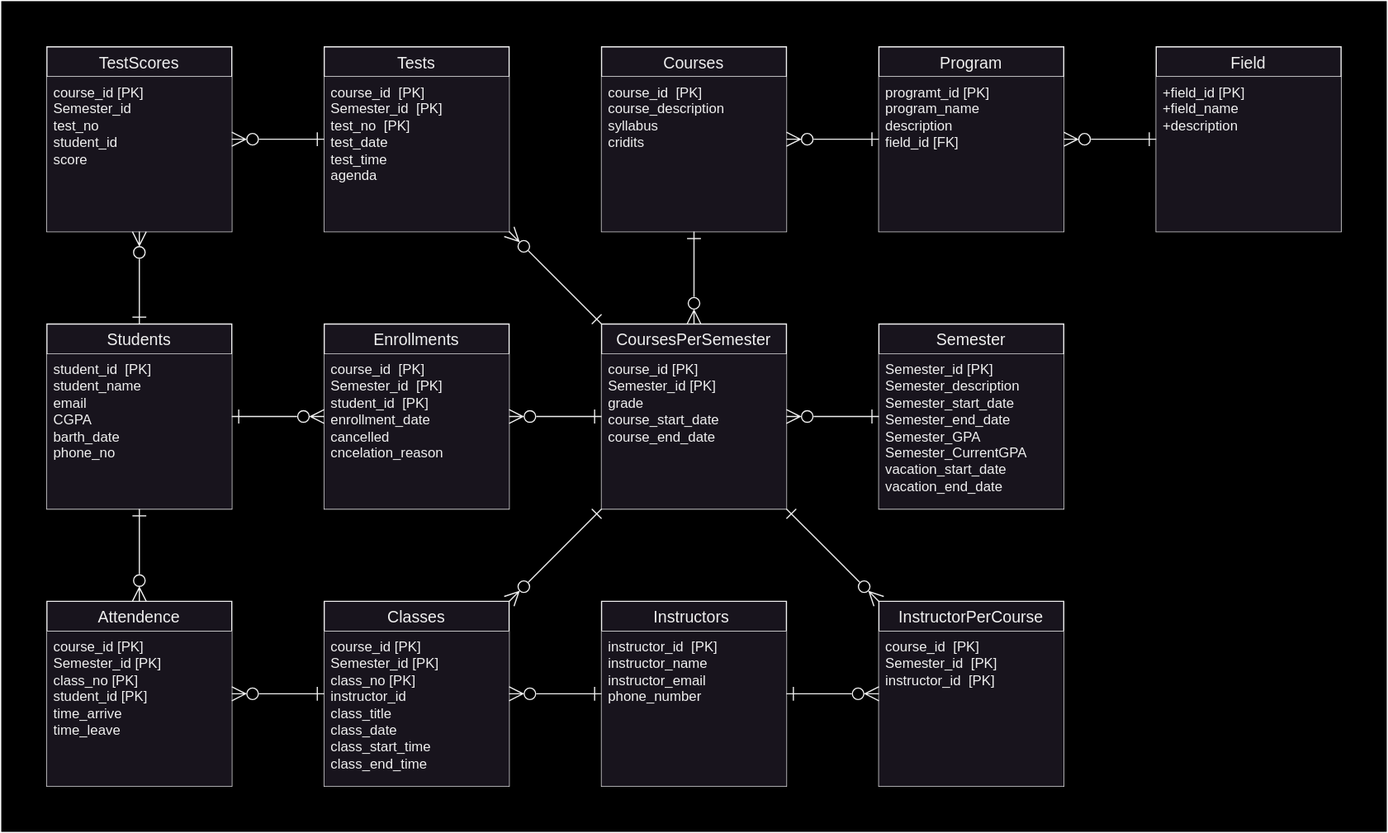
This is DatabaseDesign/EntityRelationshipDiagram.svg from m-essam-s/LMS, a draw.io export, as it was before one commit. Source tidied: cells renumbered, new cells last; positions are measured from the earlier drawing's top-left corner, leaving out a move shared by most shapes.
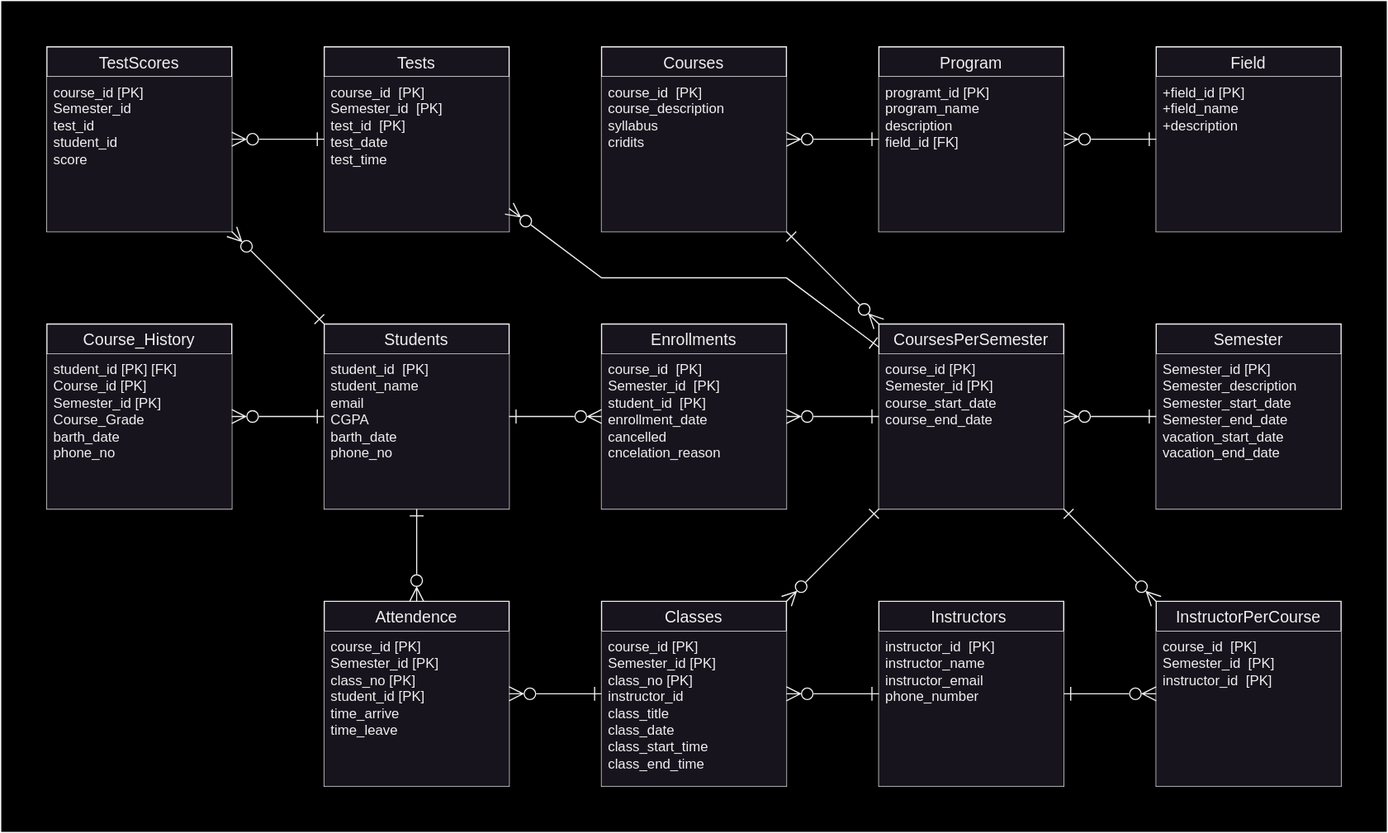
After the change.

Commit message:
Updating Entity Relationship Diagram

What changed in the source:
```diff
@@ -3,7 +3,7 @@
     <mxCell id="0" />
     <mxCell id="1" parent="0" />
     <mxCell id="2" style="rounded=0;whiteSpace=wrap;html=1;strokeColor=#ffffff;fillColor=#000000;" parent="1" vertex="1">
-      <mxGeometry width="1200" height="720" as="geometry" />
+      <mxGeometry x="-240" width="1200" height="720" as="geometry" />
     </mxCell>
     <mxCell id="3" value="Instructors " style="swimlane;fontStyle=0;horizontal=1;startSize=26;align=center;fontSize=14;labelBackgroundColor=none;" parent="1" vertex="1">
       <mxGeometry x="520" y="520" width="160" height="160" as="geometry" />
@@ -32,13 +32,13 @@
     <mxCell id="11" value="Semester" style="swimlane;fontStyle=0;horizontal=1;startSize=26;align=center;fontSize=14;labelBackgroundColor=none;" parent="1" vertex="1">
       <mxGeometry x="760" y="280" width="160" height="160" as="geometry" />
     </mxCell>
-    <mxCell id="12" value="Semester_id&amp;nbsp;[PK]&lt;br&gt;Semester_description&lt;br&gt;Semester_start_date&lt;br&gt;Semester_end_date&lt;br&gt;Semester_GPA&lt;br&gt;Semester_CurrentGPA&lt;br&gt;vacation_start_date&lt;br&gt;vacation_end_date" style="text;strokeColor=none;fillColor=default;spacingLeft=4;spacingRight=4;overflow=hidden;fontSize=12;whiteSpace=wrap;html=1;labelBackgroundColor=none;" parent="11" vertex="1">
+    <mxCell id="12" value="Semester_id&amp;nbsp;[PK]&lt;br&gt;Semester_description&lt;br&gt;Semester_start_date&lt;br&gt;Semester_end_date&lt;br&gt;vacation_start_date&lt;br&gt;vacation_end_date" style="text;strokeColor=none;fillColor=default;spacingLeft=4;spacingRight=4;overflow=hidden;fontSize=12;whiteSpace=wrap;html=1;labelBackgroundColor=none;" parent="11" vertex="1">
       <mxGeometry y="26" width="160" height="134" as="geometry" />
     </mxCell>
     <mxCell id="13" value="CoursesPerSemester" style="swimlane;fontStyle=0;horizontal=1;startSize=26;align=center;fontSize=14;labelBackgroundColor=none;" parent="1" vertex="1">
       <mxGeometry x="520" y="280" width="160" height="160" as="geometry" />
     </mxCell>
-    <mxCell id="14" value="course_id&amp;nbsp;[PK]&lt;br&gt;Semester_id&amp;nbsp;[PK]&lt;br&gt;grade&lt;br&gt;course_start_date&lt;br&gt;course_end_date" style="text;strokeColor=none;fillColor=default;spacingLeft=4;spacingRight=4;overflow=hidden;fontSize=12;whiteSpace=wrap;html=1;labelBackgroundColor=none;" parent="13" vertex="1">
+    <mxCell id="14" value="course_id&amp;nbsp;[PK]&lt;br&gt;Semester_id&amp;nbsp;[PK]&lt;br&gt;course_start_date&lt;br&gt;course_end_date" style="text;strokeColor=none;fillColor=default;spacingLeft=4;spacingRight=4;overflow=hidden;fontSize=12;whiteSpace=wrap;html=1;labelBackgroundColor=none;" parent="13" vertex="1">
       <mxGeometry y="26" width="160" height="134" as="geometry" />
     </mxCell>
     <mxCell id="15" value="Students" style="swimlane;fontStyle=0;horizontal=1;startSize=26;align=center;fontSize=14;labelBackgroundColor=none;" parent="1" vertex="1">
@@ -54,31 +54,31 @@
       <mxGeometry y="26" width="160" height="134" as="geometry" />
     </mxCell>
     <mxCell id="19" value="Program" style="swimlane;fontStyle=0;horizontal=1;startSize=26;align=center;fontSize=14;labelBackgroundColor=none;" parent="1" vertex="1">
-      <mxGeometry x="760" y="40" width="160" height="160" as="geometry" />
+      <mxGeometry x="520" y="40" width="160" height="160" as="geometry" />
     </mxCell>
     <mxCell id="20" value="programt_id [PK]&lt;br style=&quot;&quot;&gt;&lt;span style=&quot;&quot;&gt;program_name&lt;/span&gt;&lt;br style=&quot;&quot;&gt;&lt;span style=&quot;&quot;&gt;description&lt;/span&gt;&lt;br style=&quot;&quot;&gt;&lt;span style=&quot;&quot;&gt;field_id [FK]&lt;/span&gt;" style="text;strokeColor=none;fillColor=default;spacingLeft=4;spacingRight=4;overflow=hidden;fontSize=12;whiteSpace=wrap;html=1;labelBackgroundColor=none;" parent="19" vertex="1">
       <mxGeometry y="26" width="160" height="134" as="geometry" />
     </mxCell>
     <mxCell id="21" value="Courses" style="swimlane;fontStyle=0;horizontal=1;startSize=26;align=center;fontSize=14;labelBackgroundColor=none;" parent="1" vertex="1">
-      <mxGeometry x="520" y="40" width="160" height="160" as="geometry" />
+      <mxGeometry x="280" y="40" width="160" height="160" as="geometry" />
     </mxCell>
     <mxCell id="22" value="course_id&amp;nbsp;&amp;nbsp;[PK]&lt;br&gt;course_description&lt;br&gt;syllabus&lt;br&gt;cridits" style="text;strokeColor=none;fillColor=default;spacingLeft=4;spacingRight=4;overflow=hidden;fontSize=12;whiteSpace=wrap;html=1;labelBackgroundColor=none;" parent="21" vertex="1">
       <mxGeometry y="26" width="160" height="134" as="geometry" />
     </mxCell>
     <mxCell id="23" value="Tests" style="swimlane;fontStyle=0;horizontal=1;startSize=26;align=center;fontSize=14;labelBackgroundColor=none;" parent="1" vertex="1">
-      <mxGeometry x="280" y="40" width="160" height="160" as="geometry" />
+      <mxGeometry x="40" y="40" width="160" height="160" as="geometry" />
     </mxCell>
-    <mxCell id="24" value="course_id&amp;nbsp;&amp;nbsp;[PK]&lt;br&gt;Semester_id&amp;nbsp;&amp;nbsp;[PK]&lt;br&gt;test_no&amp;nbsp;&amp;nbsp;[PK]&lt;br&gt;test_date&lt;br&gt;test_time&lt;br&gt;agenda&amp;nbsp;" style="text;strokeColor=none;fillColor=default;spacingLeft=4;spacingRight=4;overflow=hidden;fontSize=12;whiteSpace=wrap;html=1;labelBackgroundColor=none;" parent="23" vertex="1">
+    <mxCell id="24" value="course_id&amp;nbsp;&amp;nbsp;[PK]&lt;br&gt;Semester_id&amp;nbsp;&amp;nbsp;[PK]&lt;br&gt;test_id&amp;nbsp; [PK]&lt;br&gt;test_date&lt;br&gt;test_time" style="text;strokeColor=none;fillColor=default;spacingLeft=4;spacingRight=4;overflow=hidden;fontSize=12;whiteSpace=wrap;html=1;labelBackgroundColor=none;" parent="23" vertex="1">
       <mxGeometry y="26" width="160" height="134" as="geometry" />
     </mxCell>
     <mxCell id="25" value="TestScores" style="swimlane;fontStyle=0;horizontal=1;startSize=26;align=center;fontSize=14;labelBackgroundColor=none;" parent="1" vertex="1">
-      <mxGeometry x="40" y="40" width="160" height="160" as="geometry" />
+      <mxGeometry x="-200" y="40" width="160" height="160" as="geometry" />
     </mxCell>
-    <mxCell id="26" value="course_id [PK]&lt;br&gt;Semester_id&lt;br&gt;test_no&lt;br&gt;student_id&lt;br&gt;score" style="text;strokeColor=none;fillColor=default;spacingLeft=4;spacingRight=4;overflow=hidden;fontSize=12;whiteSpace=wrap;html=1;labelBackgroundColor=none;" parent="25" vertex="1">
+    <mxCell id="26" value="course_id [PK]&lt;br&gt;Semester_id&lt;br&gt;test_id&lt;br&gt;student_id&lt;br&gt;score" style="text;strokeColor=none;fillColor=default;spacingLeft=4;spacingRight=4;overflow=hidden;fontSize=12;whiteSpace=wrap;html=1;labelBackgroundColor=none;" parent="25" vertex="1">
       <mxGeometry y="26" width="160" height="134" as="geometry" />
     </mxCell>
     <mxCell id="27" value="Field" style="swimlane;fontStyle=0;horizontal=1;startSize=26;align=center;fontSize=14;labelBackgroundColor=none;" parent="1" vertex="1">
-      <mxGeometry x="1000" y="40" width="160" height="160" as="geometry" />
+      <mxGeometry x="760" y="40" width="160" height="160" as="geometry" />
     </mxCell>
     <mxCell id="28" value="+field_id [PK]&lt;br style=&quot;&quot;&gt;+field&lt;span style=&quot;&quot;&gt;_name&lt;/span&gt;&lt;br style=&quot;&quot;&gt;&lt;span style=&quot;&quot;&gt;+description&lt;/span&gt;" style="text;strokeColor=none;fillColor=default;spacingLeft=4;spacingRight=4;overflow=hidden;fontSize=12;whiteSpace=wrap;html=1;labelBackgroundColor=none;" parent="27" vertex="1">
       <mxGeometry y="26" width="160" height="134" as="geometry" />
@@ -117,7 +117,12 @@
       <mxGeometry relative="1" as="geometry" />
     </mxCell>
     <mxCell id="40" style="rounded=0;jettySize=auto;html=1;endArrow=ERone;endFill=0;startArrow=ERzeroToMany;startFill=0;endSize=10;startSize=10;labelBackgroundColor=none;fontColor=default;" parent="1" edge="1" source="23" target="13">
-      <mxGeometry relative="1" as="geometry" />
+      <mxGeometry relative="1" as="geometry">
+        <Array as="points">
+          <mxPoint x="280" y="240" />
+          <mxPoint x="440" y="240" />
+        </Array>
+      </mxGeometry>
     </mxCell>
     <mxCell id="41" style="rounded=0;jettySize=auto;html=1;endArrow=ERone;endFill=0;startArrow=ERzeroToMany;startFill=0;endSize=10;startSize=10;labelBackgroundColor=none;fontColor=default;" parent="1" edge="1" source="7" target="13">
       <mxGeometry relative="1" as="geometry" />
@@ -128,5 +133,14 @@
     <mxCell id="43" style="endArrow=ERone;html=1;rounded=0;endFill=0;startArrow=ERzeroToMany;startFill=0;endSize=10;startSize=10;labelBackgroundColor=none;fontColor=default;" parent="1" edge="1" source="19" target="27">
       <mxGeometry relative="1" as="geometry" />
     </mxCell>
+    <mxCell id="44" value="Course_History" style="swimlane;fontStyle=0;horizontal=1;startSize=26;align=center;fontSize=14;labelBackgroundColor=none;" parent="1" vertex="1">
+      <mxGeometry x="-200" y="280" width="160" height="160" as="geometry" />
+    </mxCell>
+    <mxCell id="45" value="student_id [PK] [FK]&lt;br&gt;Course_id [PK]&lt;br&gt;Semester_id [PK]&lt;br&gt;Course_Grade&lt;br&gt;barth_date&lt;br&gt;phone_no" style="text;strokeColor=none;fillColor=default;spacingLeft=4;spacingRight=4;overflow=hidden;fontSize=12;whiteSpace=wrap;html=1;labelBackgroundColor=none;" parent="44" vertex="1">
+      <mxGeometry y="26" width="160" height="134" as="geometry" />
+    </mxCell>
+    <mxCell id="46" style="rounded=0;jettySize=auto;html=1;startArrow=ERzeroToMany;startFill=0;endArrow=ERone;endFill=0;endSize=10;startSize=10;" parent="1" edge="1" source="44" target="15">
+      <mxGeometry relative="1" as="geometry" />
+    </mxCell>
   </root>
 </mxGraphModel>
```
